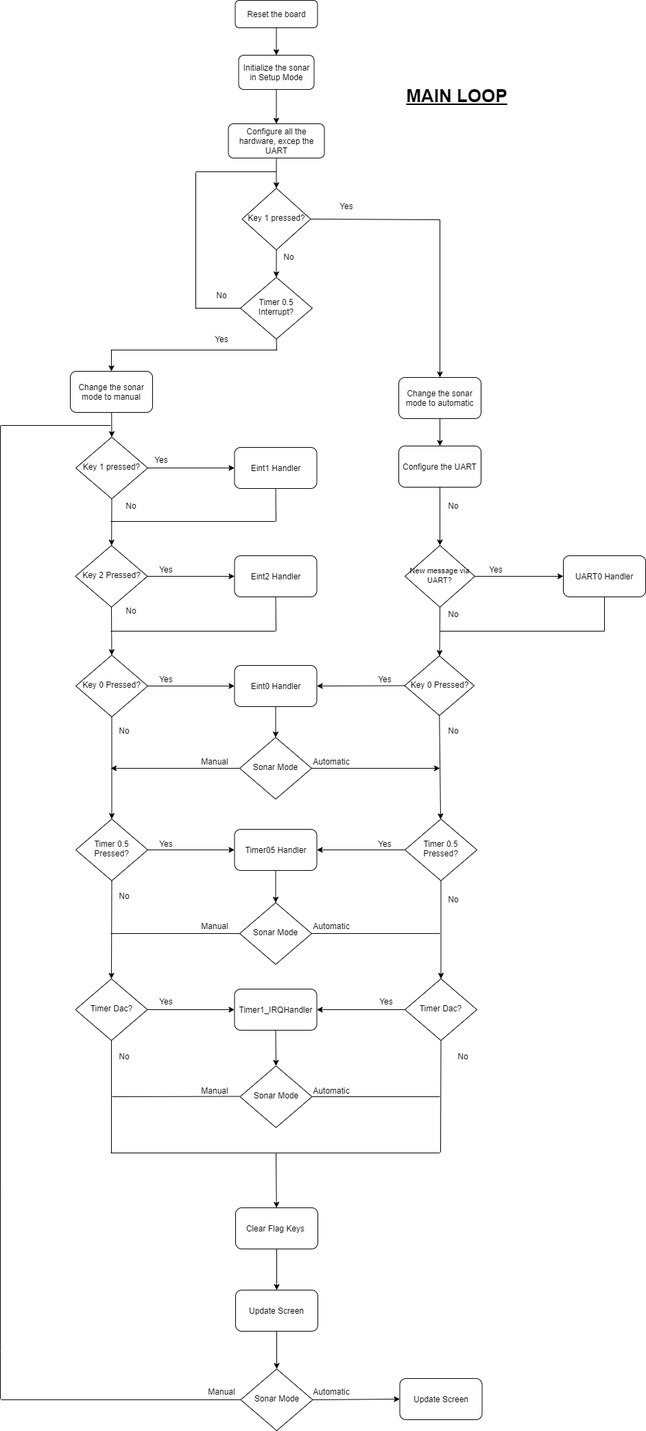
Before: Documentación/Flowcharts/main.png, a diagram exported from draw.io (LesmusTrompiz/SED_EC_JO_20-21). Source tidied: cells renumbered, new cells last; positions are measured from the earlier drawing's top-left corner, leaving out a move shared by most shapes.
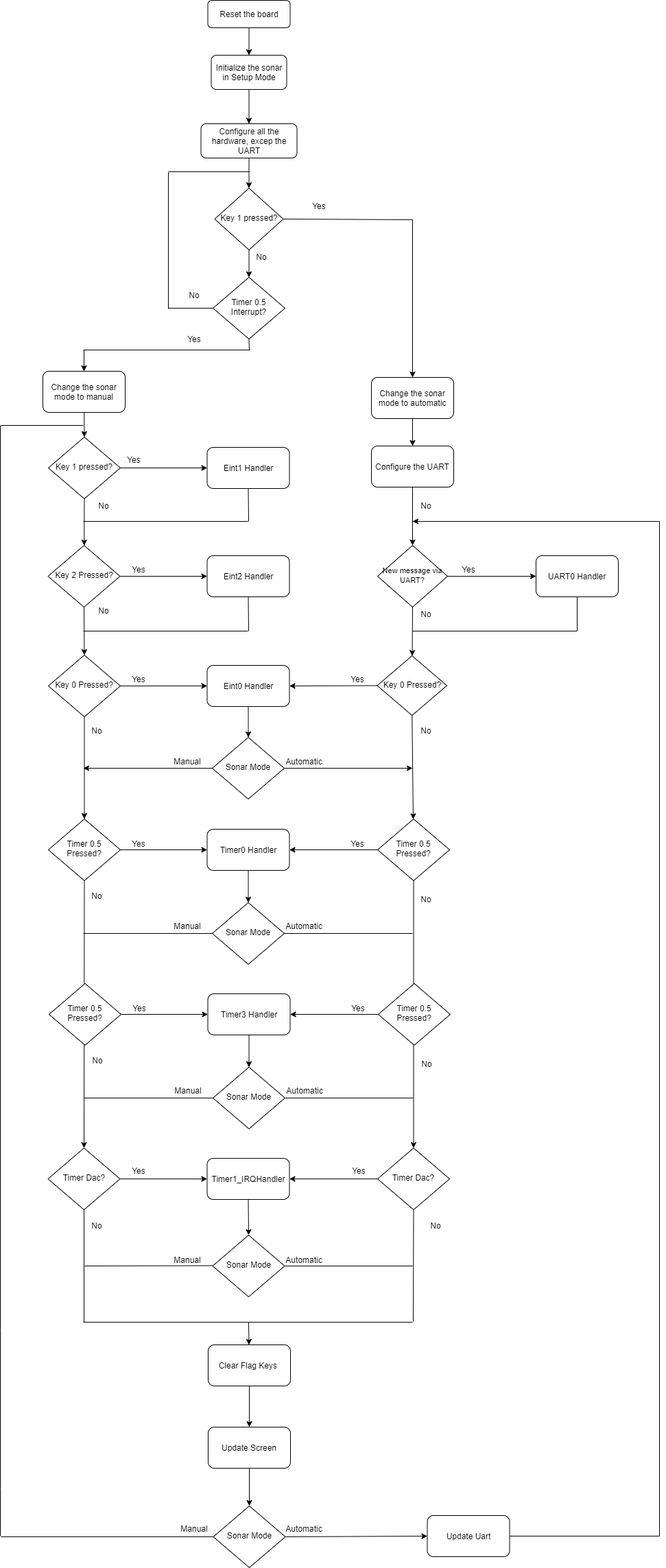
The same diagram one commit later.

Diff of the diagram source:
```diff
@@ -95,16 +95,16 @@
       <mxGeometry x="110" y="1194" width="105" height="90" as="geometry" />
     </mxCell>
     <mxCell id="30" value="No" style="text;html=1;strokeColor=none;fillColor=none;align=center;verticalAlign=middle;whiteSpace=wrap;rounded=0;" parent="1" vertex="1">
-      <mxGeometry x="161" y="1530" width="40" height="20" as="geometry" />
+      <mxGeometry x="161" y="1777" width="40" height="20" as="geometry" />
     </mxCell>
     <mxCell id="31" style="endArrow=classic;html=1;exitX=0.5;exitY=1;exitDx=0;exitDy=0;entryX=0.5;entryY=0;entryDx=0;entryDy=0;" parent="1" edge="1" source="33" target="32">
       <mxGeometry relative="1" as="geometry" />
     </mxCell>
     <mxCell id="32" value="Update Screen" style="rounded=1;whiteSpace=wrap;html=1;" parent="1" vertex="1">
-      <mxGeometry x="343" y="1881" width="120" height="60" as="geometry" />
+      <mxGeometry x="343" y="2081" width="120" height="60" as="geometry" />
     </mxCell>
     <mxCell id="33" value="Clear Flag Keys&amp;nbsp;" style="rounded=1;whiteSpace=wrap;html=1;" parent="1" vertex="1">
-      <mxGeometry x="343" y="1761" width="120" height="60" as="geometry" />
+      <mxGeometry x="343" y="1961" width="120" height="60" as="geometry" />
     </mxCell>
     <mxCell id="34" style="endArrow=none;html=1;entryX=0.5;entryY=1;entryDx=0;entryDy=0;" parent="1" edge="1" target="7">
       <mxGeometry relative="1" as="geometry">
@@ -124,46 +124,46 @@
     </mxCell>
     <mxCell id="37" style="endArrow=none;html=1;exitX=0.5;exitY=1;exitDx=0;exitDy=0;" parent="1" edge="1">
       <mxGeometry relative="1" as="geometry">
-        <mxPoint x="162" y="1668" as="sourcePoint" />
-        <mxPoint x="162" y="1681" as="targetPoint" />
+        <mxPoint x="162" y="1915" as="sourcePoint" />
+        <mxPoint x="162" y="1928" as="targetPoint" />
       </mxGeometry>
     </mxCell>
     <mxCell id="38" style="endArrow=none;html=1;" parent="1" edge="1">
       <mxGeometry relative="1" as="geometry">
-        <mxPoint x="161" y="1681" as="sourcePoint" />
-        <mxPoint x="401" y="1681" as="targetPoint" />
+        <mxPoint x="161" y="1928" as="sourcePoint" />
+        <mxPoint x="401" y="1928" as="targetPoint" />
       </mxGeometry>
     </mxCell>
     <mxCell id="39" style="endArrow=classic;html=1;" parent="1" edge="1" target="33">
       <mxGeometry relative="1" as="geometry">
-        <mxPoint x="402" y="1681" as="sourcePoint" />
+        <mxPoint x="402" y="1928" as="sourcePoint" />
       </mxGeometry>
     </mxCell>
     <mxCell id="40" style="endArrow=classic;html=1;exitX=0.5;exitY=1;exitDx=0;exitDy=0;entryX=0.5;entryY=0;entryDx=0;entryDy=0;" parent="1" edge="1" source="32" target="41">
       <mxGeometry relative="1" as="geometry" />
     </mxCell>
     <mxCell id="41" value="Sonar Mode" style="rhombus;whiteSpace=wrap;html=1;shadow=0;fontFamily=Helvetica;fontSize=12;align=center;strokeWidth=1;spacing=6;spacingTop=-4;" parent="1" vertex="1">
-      <mxGeometry x="350.5" y="1996" width="105" height="90" as="geometry" />
+      <mxGeometry x="350.5" y="2196" width="105" height="90" as="geometry" />
     </mxCell>
     <mxCell id="42" style="endArrow=none;html=1;entryX=0;entryY=0.5;entryDx=0;entryDy=0;" parent="1" edge="1" target="41">
       <mxGeometry relative="1" as="geometry">
-        <mxPoint x="1" y="2041" as="sourcePoint" />
+        <mxPoint x="41" y="2241" as="sourcePoint" />
       </mxGeometry>
     </mxCell>
     <mxCell id="43" style="endArrow=none;html=1;" parent="1" edge="1">
       <mxGeometry relative="1" as="geometry">
-        <mxPoint y="1740" as="sourcePoint" />
-        <mxPoint y="620" as="targetPoint" />
+        <mxPoint x="40" y="1940" as="sourcePoint" />
+        <mxPoint x="40" y="620" as="targetPoint" />
       </mxGeometry>
     </mxCell>
     <mxCell id="44" style="endArrow=none;html=1;" parent="1" edge="1">
       <mxGeometry relative="1" as="geometry">
-        <mxPoint x="1" y="620" as="sourcePoint" />
+        <mxPoint x="41" y="620" as="sourcePoint" />
         <mxPoint x="161" y="620" as="targetPoint" />
       </mxGeometry>
     </mxCell>
     <mxCell id="45" value="Manual" style="text;html=1;strokeColor=none;fillColor=none;align=center;verticalAlign=middle;whiteSpace=wrap;rounded=0;" parent="1" vertex="1">
-      <mxGeometry x="303" y="2019" width="40" height="20" as="geometry" />
+      <mxGeometry x="303" y="2219" width="40" height="20" as="geometry" />
     </mxCell>
     <mxCell id="46" value="&lt;font style=&quot;font-size: 11px&quot;&gt;New message via UART?&lt;/font&gt;" style="rhombus;whiteSpace=wrap;html=1;shadow=0;fontFamily=Helvetica;fontSize=12;align=center;strokeWidth=1;spacing=6;spacingTop=-4;" parent="1" vertex="1">
       <mxGeometry x="590" y="795" width="102" height="90" as="geometry" />
@@ -187,30 +187,30 @@
       <mxGeometry x="590" y="1194" width="105" height="90" as="geometry" />
     </mxCell>
     <mxCell id="53" value="No" style="text;html=1;strokeColor=none;fillColor=none;align=center;verticalAlign=middle;whiteSpace=wrap;rounded=0;" parent="1" vertex="1">
-      <mxGeometry x="655" y="1530" width="40" height="20" as="geometry" />
+      <mxGeometry x="655" y="1777" width="40" height="20" as="geometry" />
     </mxCell>
     <mxCell id="54" style="endArrow=none;html=1;exitX=0.5;exitY=1;exitDx=0;exitDy=0;" parent="1" edge="1" source="59">
       <mxGeometry relative="1" as="geometry">
-        <mxPoint x="642" y="1680" as="targetPoint" />
+        <mxPoint x="642" y="1927" as="targetPoint" />
       </mxGeometry>
     </mxCell>
     <mxCell id="55" style="endArrow=none;html=1;" parent="1" edge="1">
       <mxGeometry relative="1" as="geometry">
-        <mxPoint x="401" y="1681" as="sourcePoint" />
-        <mxPoint x="641" y="1681" as="targetPoint" />
+        <mxPoint x="401" y="1928" as="sourcePoint" />
+        <mxPoint x="641" y="1928" as="targetPoint" />
       </mxGeometry>
     </mxCell>
-    <mxCell id="56" value="Update Screen" style="rounded=1;whiteSpace=wrap;html=1;" parent="1" vertex="1">
-      <mxGeometry x="582.5" y="2010" width="120" height="60" as="geometry" />
+    <mxCell id="56" value="Update Uart" style="rounded=1;whiteSpace=wrap;html=1;" parent="1" vertex="1">
+      <mxGeometry x="662.5" y="2210" width="120" height="60" as="geometry" />
     </mxCell>
     <mxCell id="57" style="endArrow=classic;html=1;exitX=1;exitY=0.5;exitDx=0;exitDy=0;entryX=0;entryY=0.5;entryDx=0;entryDy=0;" parent="1" edge="1" source="41" target="56">
       <mxGeometry relative="1" as="geometry" />
     </mxCell>
     <mxCell id="58" value="Timer Dac?" style="rhombus;whiteSpace=wrap;html=1;shadow=0;fontFamily=Helvetica;fontSize=12;align=center;strokeWidth=1;spacing=6;spacingTop=-4;" parent="1" vertex="1">
-      <mxGeometry x="109.5" y="1427" width="105" height="90" as="geometry" />
+      <mxGeometry x="109.5" y="1674" width="105" height="90" as="geometry" />
     </mxCell>
     <mxCell id="59" value="Timer Dac?" style="rhombus;whiteSpace=wrap;html=1;shadow=0;fontFamily=Helvetica;fontSize=12;align=center;strokeWidth=1;spacing=6;spacingTop=-4;" parent="1" vertex="1">
-      <mxGeometry x="590" y="1427" width="105" height="90" as="geometry" />
+      <mxGeometry x="590" y="1674" width="105" height="90" as="geometry" />
     </mxCell>
     <mxCell id="60" style="endArrow=classic;html=1;exitX=0.5;exitY=1;exitDx=0;exitDy=0;entryX=0.5;entryY=0;entryDx=0;entryDy=0;" parent="1" edge="1" source="29" target="58">
       <mxGeometry relative="1" as="geometry" />
@@ -244,9 +244,9 @@
       <mxGeometry x="641" y="885" width="40" height="20" as="geometry" />
     </mxCell>
     <mxCell id="69" value="Timer1_IRQHandler" style="rounded=1;whiteSpace=wrap;html=1;" parent="1" vertex="1">
-      <mxGeometry x="341.5" y="1442" width="120" height="60" as="geometry" />
+      <mxGeometry x="341.5" y="1689" width="120" height="60" as="geometry" />
     </mxCell>
-    <mxCell id="70" value="Timer05 Handler" style="rounded=1;whiteSpace=wrap;html=1;" parent="1" vertex="1">
+    <mxCell id="70" value="Timer0 Handler" style="rounded=1;whiteSpace=wrap;html=1;" parent="1" vertex="1">
       <mxGeometry x="341.5" y="1209" width="120" height="60" as="geometry" />
     </mxCell>
     <mxCell id="71" value="Eint0 Handler" style="rounded=1;whiteSpace=wrap;html=1;" parent="1" vertex="1">
@@ -260,7 +260,7 @@
     </mxCell>
     <mxCell id="74" style="endArrow=none;html=1;entryX=0.5;entryY=1;entryDx=0;entryDy=0;" parent="1" edge="1" target="58">
       <mxGeometry relative="1" as="geometry">
-        <mxPoint x="162" y="1670" as="sourcePoint" />
+        <mxPoint x="162" y="1917" as="sourcePoint" />
       </mxGeometry>
     </mxCell>
     <mxCell id="75" value="No" style="text;html=1;strokeColor=none;fillColor=none;align=center;verticalAlign=middle;whiteSpace=wrap;rounded=0;" parent="1" vertex="1">
@@ -268,8 +268,8 @@
     </mxCell>
     <mxCell id="76" style="endArrow=none;html=1;" parent="1" edge="1">
       <mxGeometry relative="1" as="geometry">
-        <mxPoint y="2040" as="sourcePoint" />
-        <mxPoint y="1970" as="targetPoint" />
+        <mxPoint x="40" y="2240" as="sourcePoint" />
+        <mxPoint x="40" y="2170" as="targetPoint" />
       </mxGeometry>
     </mxCell>
     <mxCell id="77" value="Yes" style="text;html=1;strokeColor=none;fillColor=none;align=center;verticalAlign=middle;whiteSpace=wrap;rounded=0;" parent="1" vertex="1">
@@ -332,7 +332,7 @@
       <mxGeometry relative="1" as="geometry" />
     </mxCell>
     <mxCell id="92" value="Sonar Mode" style="rhombus;whiteSpace=wrap;html=1;shadow=0;fontFamily=Helvetica;fontSize=12;align=center;strokeWidth=1;spacing=6;spacingTop=-4;" parent="1" vertex="1">
-      <mxGeometry x="349.5" y="1554" width="105" height="90" as="geometry" />
+      <mxGeometry x="349.5" y="1801" width="105" height="90" as="geometry" />
     </mxCell>
     <mxCell id="93" style="endArrow=none;html=1;entryX=0;entryY=0.5;entryDx=0;entryDy=0;" parent="1" edge="1" target="90">
       <mxGeometry relative="1" as="geometry">
@@ -346,13 +346,13 @@
     </mxCell>
     <mxCell id="95" style="endArrow=none;html=1;exitX=1;exitY=0.5;exitDx=0;exitDy=0;" parent="1" edge="1" source="92">
       <mxGeometry relative="1" as="geometry">
-        <mxPoint x="641" y="1599" as="targetPoint" />
+        <mxPoint x="641" y="1846" as="targetPoint" />
       </mxGeometry>
     </mxCell>
     <mxCell id="96" style="endArrow=none;html=1;" parent="1" edge="1">
       <mxGeometry relative="1" as="geometry">
-        <mxPoint x="163" y="1599" as="sourcePoint" />
-        <mxPoint x="349.5" y="1598.5" as="targetPoint" />
+        <mxPoint x="163" y="1846" as="sourcePoint" />
+        <mxPoint x="349.5" y="1845.5" as="targetPoint" />
       </mxGeometry>
     </mxCell>
     <mxCell id="97" style="endArrow=classic;html=1;exitX=1;exitY=0.5;exitDx=0;exitDy=0;entryX=0;entryY=0.5;entryDx=0;entryDy=0;" parent="1" edge="1" source="46" target="98">
@@ -385,7 +385,7 @@
       <mxGeometry x="222" y="1220" width="40" height="20" as="geometry" />
     </mxCell>
     <mxCell id="105" value="Yes" style="text;html=1;strokeColor=none;fillColor=none;align=center;verticalAlign=middle;whiteSpace=wrap;rounded=0;" parent="1" vertex="1">
-      <mxGeometry x="222" y="1450" width="40" height="20" as="geometry" />
+      <mxGeometry x="222" y="1697" width="40" height="20" as="geometry" />
     </mxCell>
     <mxCell id="106" style="endArrow=classic;html=1;exitX=0;exitY=0.5;exitDx=0;exitDy=0;entryX=1;entryY=0.5;entryDx=0;entryDy=0;" parent="1" edge="1" source="48" target="71">
       <mxGeometry relative="1" as="geometry" />
@@ -400,7 +400,7 @@
       <mxGeometry x="541" y="1220" width="40" height="20" as="geometry" />
     </mxCell>
     <mxCell id="110" value="Yes" style="text;html=1;strokeColor=none;fillColor=none;align=center;verticalAlign=middle;whiteSpace=wrap;rounded=0;" parent="1" vertex="1">
-      <mxGeometry x="542.5" y="1450" width="40" height="20" as="geometry" />
+      <mxGeometry x="542.5" y="1697" width="40" height="20" as="geometry" />
     </mxCell>
     <mxCell id="111" value="Manual" style="text;html=1;strokeColor=none;fillColor=none;align=center;verticalAlign=middle;whiteSpace=wrap;rounded=0;" parent="1" vertex="1">
       <mxGeometry x="292.5" y="1100" width="40" height="20" as="geometry" />
@@ -409,7 +409,7 @@
       <mxGeometry x="292.5" y="1340" width="40" height="20" as="geometry" />
     </mxCell>
     <mxCell id="113" value="Manual" style="text;html=1;strokeColor=none;fillColor=none;align=center;verticalAlign=middle;whiteSpace=wrap;rounded=0;" parent="1" vertex="1">
-      <mxGeometry x="292.5" y="1580" width="40" height="20" as="geometry" />
+      <mxGeometry x="292.5" y="1827" width="40" height="20" as="geometry" />
     </mxCell>
     <mxCell id="114" value="Automatic" style="text;html=1;strokeColor=none;fillColor=none;align=center;verticalAlign=middle;whiteSpace=wrap;rounded=0;" parent="1" vertex="1">
       <mxGeometry x="463" y="1100" width="40" height="20" as="geometry" />
@@ -418,7 +418,7 @@
       <mxGeometry x="462.5" y="1340" width="40" height="20" as="geometry" />
     </mxCell>
     <mxCell id="116" value="Automatic" style="text;html=1;strokeColor=none;fillColor=none;align=center;verticalAlign=middle;whiteSpace=wrap;rounded=0;" parent="1" vertex="1">
-      <mxGeometry x="463" y="1580" width="40" height="20" as="geometry" />
+      <mxGeometry x="463" y="1827" width="40" height="20" as="geometry" />
     </mxCell>
     <mxCell id="117" style="endArrow=classic;html=1;exitX=0.5;exitY=1;exitDx=0;exitDy=0;entryX=0.5;entryY=0;entryDx=0;entryDy=0;" parent="1" edge="1" source="71" target="87">
       <mxGeometry relative="1" as="geometry" />
@@ -433,16 +433,79 @@
       <mxGeometry x="702.5" y="820" width="40" height="20" as="geometry" />
     </mxCell>
     <mxCell id="121" value="Automatic" style="text;html=1;strokeColor=none;fillColor=none;align=center;verticalAlign=middle;whiteSpace=wrap;rounded=0;" parent="1" vertex="1">
-      <mxGeometry x="462.5" y="2019" width="40" height="20" as="geometry" />
+      <mxGeometry x="462.5" y="2219" width="40" height="20" as="geometry" />
     </mxCell>
     <mxCell id="122" style="endArrow=none;html=1;" parent="1" edge="1">
       <mxGeometry relative="1" as="geometry">
-        <mxPoint y="1970" as="sourcePoint" />
-        <mxPoint y="1740" as="targetPoint" />
+        <mxPoint x="40" y="2170" as="sourcePoint" />
+        <mxPoint x="40" y="1940" as="targetPoint" />
       </mxGeometry>
     </mxCell>
-    <mxCell id="123" value="&lt;font style=&quot;font-size: 26px&quot;&gt;&lt;b&gt;&lt;u&gt;MAIN LOOP&lt;/u&gt;&lt;/b&gt;&lt;/font&gt;" style="text;html=1;strokeColor=none;fillColor=none;align=center;verticalAlign=middle;whiteSpace=wrap;rounded=0;" parent="1" vertex="1">
-      <mxGeometry x="549.5" y="110" width="231.5" height="60" as="geometry" />
-    </mxCell>
+    <mxCell id="124" style="endArrow=none;html=1;exitX=1;exitY=0.5;exitDx=0;exitDy=0;" parent="1" edge="1" source="56">
+      <mxGeometry relative="1" as="geometry">
+        <mxPoint x="1001" y="2240" as="targetPoint" />
+      </mxGeometry>
+    </mxCell>
+    <mxCell id="125" style="endArrow=classic;html=1;" parent="1" edge="1">
+      <mxGeometry relative="1" as="geometry">
+        <mxPoint x="1001" y="760" as="sourcePoint" />
+        <mxPoint x="641" y="760" as="targetPoint" />
+      </mxGeometry>
+    </mxCell>
+    <mxCell id="126" style="endArrow=none;html=1;" parent="1" edge="1">
+      <mxGeometry relative="1" as="geometry">
+        <mxPoint x="1001" y="2240" as="sourcePoint" />
+        <mxPoint x="1001" y="760" as="targetPoint" />
+      </mxGeometry>
+    </mxCell>
+    <mxCell id="127" value="No" style="text;html=1;strokeColor=none;fillColor=none;align=center;verticalAlign=middle;whiteSpace=wrap;rounded=0;" parent="1" vertex="1">
+      <mxGeometry x="162" y="1536" width="40" height="20" as="geometry" />
+    </mxCell>
+    <mxCell id="128" value="Timer 0.5 Pressed?" style="rhombus;whiteSpace=wrap;html=1;shadow=0;fontFamily=Helvetica;fontSize=12;align=center;strokeWidth=1;spacing=6;spacingTop=-4;" parent="1" vertex="1">
+      <mxGeometry x="111" y="1434" width="105" height="90" as="geometry" />
+    </mxCell>
+    <mxCell id="129" value="No" style="text;html=1;strokeColor=none;fillColor=none;align=center;verticalAlign=middle;whiteSpace=wrap;rounded=0;rotation=0;" parent="1" vertex="1">
+      <mxGeometry x="642" y="1541" width="40" height="20" as="geometry" />
+    </mxCell>
+    <mxCell id="130" value="Timer 0.5 Pressed?" style="rhombus;whiteSpace=wrap;html=1;shadow=0;fontFamily=Helvetica;fontSize=12;align=center;strokeWidth=1;spacing=6;spacingTop=-4;" parent="1" vertex="1">
+      <mxGeometry x="591" y="1434" width="105" height="90" as="geometry" />
+    </mxCell>
+    <mxCell id="131" value="Timer3 Handler" style="rounded=1;whiteSpace=wrap;html=1;" parent="1" vertex="1">
+      <mxGeometry x="342.5" y="1449" width="120" height="60" as="geometry" />
+    </mxCell>
+    <mxCell id="132" style="endArrow=classic;html=1;exitX=1;exitY=0.5;exitDx=0;exitDy=0;entryX=0;entryY=0.5;entryDx=0;entryDy=0;" parent="1" edge="1" source="128" target="131">
+      <mxGeometry relative="1" as="geometry" />
+    </mxCell>
+    <mxCell id="133" value="Sonar Mode" style="rhombus;whiteSpace=wrap;html=1;shadow=0;fontFamily=Helvetica;fontSize=12;align=center;strokeWidth=1;spacing=6;spacingTop=-4;" parent="1" vertex="1">
+      <mxGeometry x="350" y="1556" width="105" height="90" as="geometry" />
+    </mxCell>
+    <mxCell id="134" style="endArrow=classic;html=1;exitX=0;exitY=0.5;exitDx=0;exitDy=0;entryX=1;entryY=0.5;entryDx=0;entryDy=0;" parent="1" edge="1" source="130" target="131">
+      <mxGeometry relative="1" as="geometry" />
+    </mxCell>
+    <mxCell id="135" style="endArrow=none;html=1;entryX=0;entryY=0.5;entryDx=0;entryDy=0;" parent="1" edge="1" target="133">
+      <mxGeometry relative="1" as="geometry">
+        <mxPoint x="162" y="1601" as="sourcePoint" />
+      </mxGeometry>
+    </mxCell>
+    <mxCell id="136" style="endArrow=none;html=1;exitX=1;exitY=0.5;exitDx=0;exitDy=0;" parent="1" edge="1" source="133">
+      <mxGeometry relative="1" as="geometry">
+        <mxPoint x="642" y="1601" as="targetPoint" />
+      </mxGeometry>
+    </mxCell>
+    <mxCell id="137" value="Yes" style="text;html=1;strokeColor=none;fillColor=none;align=center;verticalAlign=middle;whiteSpace=wrap;rounded=0;" parent="1" vertex="1">
+      <mxGeometry x="223" y="1460" width="40" height="20" as="geometry" />
+    </mxCell>
+    <mxCell id="138" value="Yes" style="text;html=1;strokeColor=none;fillColor=none;align=center;verticalAlign=middle;whiteSpace=wrap;rounded=0;" parent="1" vertex="1">
+      <mxGeometry x="542" y="1460" width="40" height="20" as="geometry" />
+    </mxCell>
+    <mxCell id="139" value="Manual" style="text;html=1;strokeColor=none;fillColor=none;align=center;verticalAlign=middle;whiteSpace=wrap;rounded=0;" parent="1" vertex="1">
+      <mxGeometry x="293.5" y="1580" width="40" height="20" as="geometry" />
+    </mxCell>
+    <mxCell id="140" value="Automatic" style="text;html=1;strokeColor=none;fillColor=none;align=center;verticalAlign=middle;whiteSpace=wrap;rounded=0;" parent="1" vertex="1">
+      <mxGeometry x="463.5" y="1580" width="40" height="20" as="geometry" />
+    </mxCell>
+    <mxCell id="141" style="endArrow=classic;html=1;exitX=0.5;exitY=1;exitDx=0;exitDy=0;entryX=0.5;entryY=0;entryDx=0;entryDy=0;" parent="1" edge="1" source="131" target="133">
+      <mxGeometry relative="1" as="geometry" />
+    </mxCell>
   </root>
 </mxGraphModel>
```
